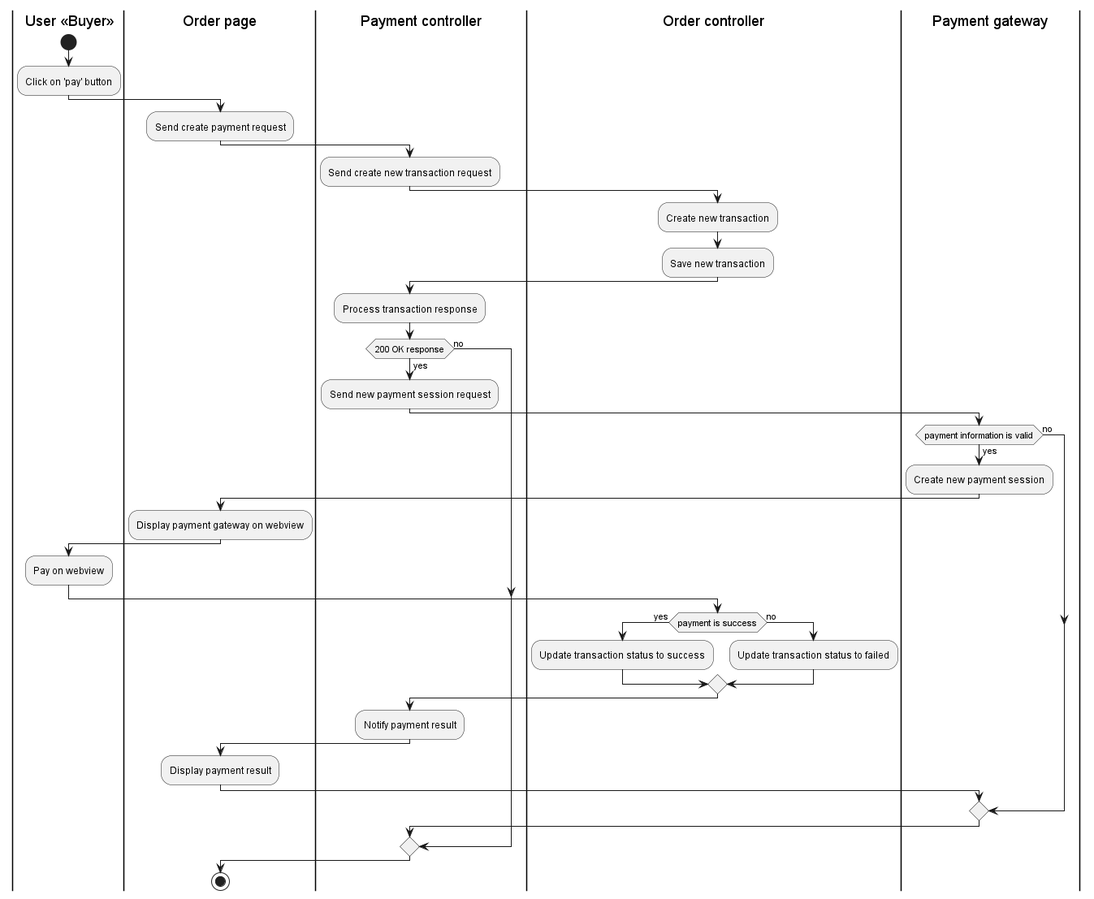
This is Lab 1.2/img/activity/pay-through-third-party-payment-gateway.png from doublek2712/SE357-Pratice-class, a PlantUML export, as it was before one commit.
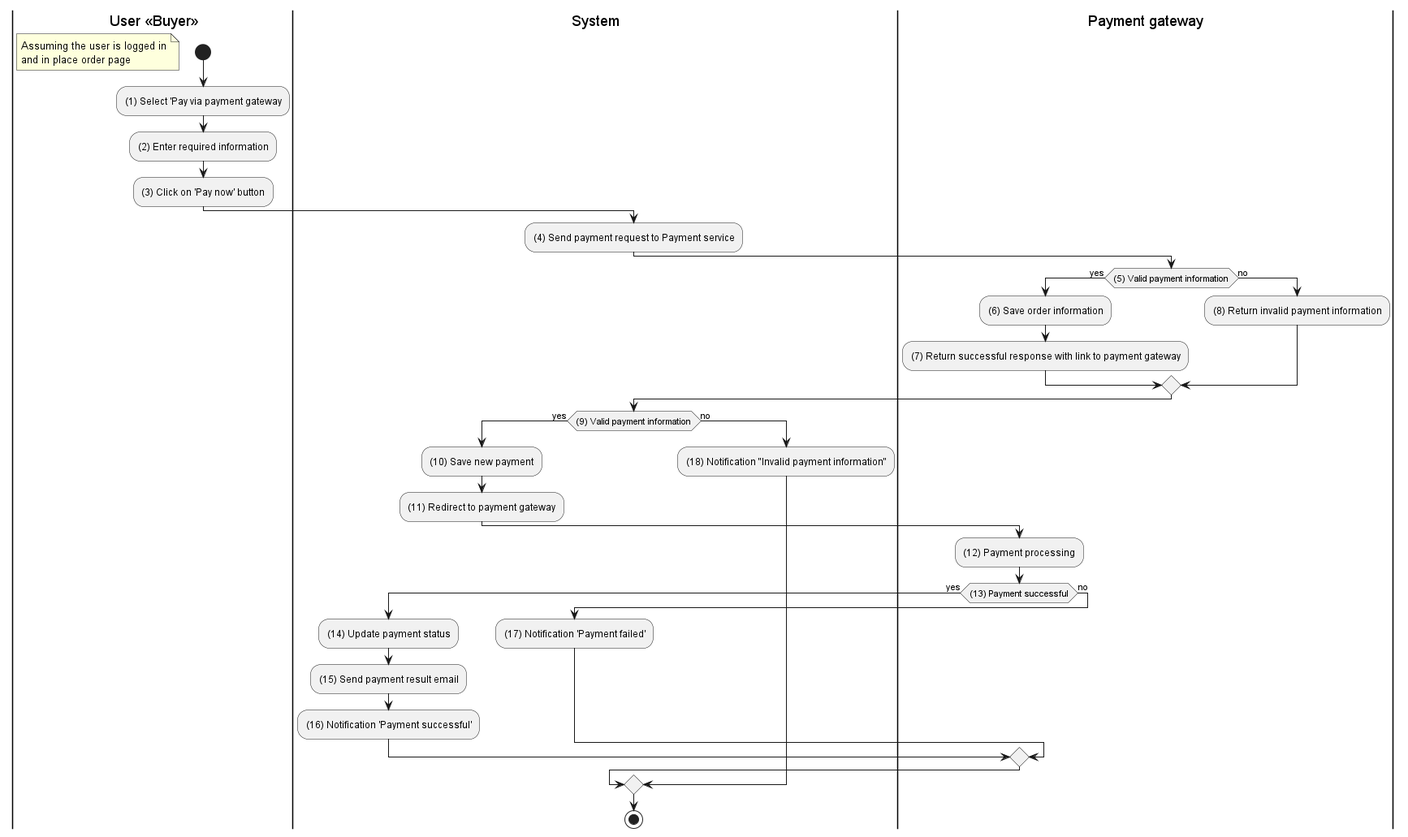
Above is the later version.

The edit, as a diff of the source:
```diff
@@ -1,44 +1,40 @@
 @startuml
 |Buyer| User <<Buyer>>
-|Order page|
-|Payment controller|
-|Order controller|
-|Payment gateway|
-
 |Buyer|
 start
-:Click on 'pay' button;
-|Order page|
-:Send create payment request;
-|Payment controller|
-:Send create new transaction request;
-|Order controller|
-:Create new transaction;
-:Save new transaction;
-|Payment controller|
-:Process transaction response;
-if (200 OK response) then (yes)
-:Send new payment session request;
+floating note left
+Assuming the user is logged in
+and in place order page
+end note
+:(1) Select 'Pay via payment gateway;
+:(2) Enter required information;
+:(3) Click on 'Pay now' button;
+|System|
+:(4) Send payment request to Payment service;
 |Payment gateway|
-if (payment information is valid) then (yes)
-:Create new payment session;
-|Order page|
-:Display payment gateway on webview;
-|Buyer|
-:Pay on webview;
-|Order controller|
-if (payment is success) then (yes)
-:Update transaction status to success;
+if ((5) Valid payment information) then (yes)
+:(6) Save order information;
+:(7) Return successful response with link to payment gateway;
 else (no)
-:Update transaction status to failed;
+:(8) Return invalid payment information;
 endif
-|Payment controller|
-:Notify payment result;
-|Order page|
-:Display payment result;
+|System|
+if ((9) Valid payment information) then (yes)
+:(10) Save new payment;
+:(11) Redirect to payment gateway;
+|Payment gateway|
+:(12) Payment processing;
+if ((13) Payment successful) then (yes)
+|System|
+:(14) Update payment status;
+:(15) Send payment result email;
+:(16) Notification 'Payment successful';
 else (no)
+:(17) Notification 'Payment failed';
 endif
 else (no)
+|System|
+:(18) Notification "Invalid payment information";
 endif
 stop
 @enduml
```
